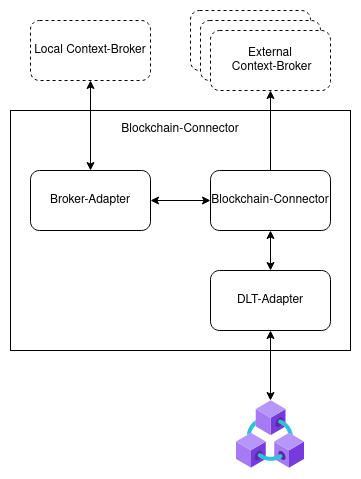
Above: doc/blockchain-connector.png in DOME-Marketplace/access-node (draw.io), before the change. Source tidied: cells renumbered, new cells last; positions are measured from the earlier drawing's top-left corner, leaving out a move shared by most shapes.
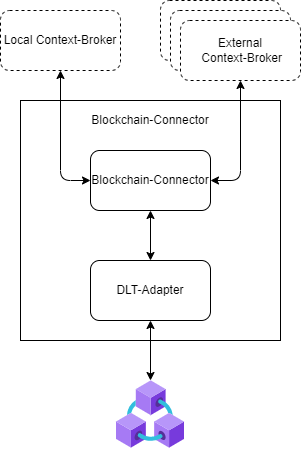
Later version of the same file.

What changed in the source:
```diff
@@ -3,28 +3,26 @@
     <mxCell id="0" />
     <mxCell id="1" parent="0" />
     <mxCell id="2" value="&lt;div&gt;Blockchain-Connector&lt;/div&gt;&lt;div&gt;&lt;br&gt;&lt;/div&gt;&lt;div&gt;&lt;br&gt;&lt;/div&gt;&lt;div&gt;&lt;br&gt;&lt;/div&gt;&lt;div&gt;&lt;br&gt;&lt;/div&gt;&lt;div&gt;&lt;br&gt;&lt;/div&gt;&lt;div&gt;&lt;br&gt;&lt;/div&gt;&lt;div&gt;&lt;br&gt;&lt;/div&gt;&lt;div&gt;&lt;br&gt;&lt;/div&gt;&lt;div&gt;&lt;br&gt;&lt;/div&gt;&lt;div&gt;&lt;br&gt;&lt;/div&gt;&lt;div&gt;&lt;br&gt;&lt;/div&gt;&lt;div&gt;&lt;br&gt;&lt;/div&gt;&lt;div&gt;&lt;br&gt;&lt;/div&gt;&lt;div&gt;&lt;br&gt;&lt;/div&gt;" style="rounded=0;whiteSpace=wrap;html=1;" parent="1" vertex="1">
-      <mxGeometry y="100" width="340" height="240" as="geometry" />
+      <mxGeometry x="40" y="100" width="260" height="240" as="geometry" />
     </mxCell>
     <mxCell id="3" value="Blockchain-Connector" style="rounded=1;whiteSpace=wrap;html=1;" parent="1" vertex="1">
-      <mxGeometry x="200" y="160" width="120" height="60" as="geometry" />
+      <mxGeometry x="110" y="150" width="120" height="60" as="geometry" />
     </mxCell>
-    <mxCell id="4" value="Broker-Adapter" style="rounded=1;whiteSpace=wrap;html=1;" parent="1" vertex="1">
-      <mxGeometry x="20" y="160" width="120" height="60" as="geometry" />
-    </mxCell>
     <mxCell id="5" value="DLT-Adapter" style="rounded=1;whiteSpace=wrap;html=1;" parent="1" vertex="1">
-      <mxGeometry x="200" y="260" width="120" height="60" as="geometry" />
+      <mxGeometry x="110" y="260" width="120" height="60" as="geometry" />
     </mxCell>
-    <mxCell id="6" style="endArrow=classic;startArrow=classic;html=1;rounded=0;entryX=0;entryY=0.5;entryDx=0;entryDy=0;exitX=1;exitY=0.5;exitDx=0;exitDy=0;" parent="1" edge="1" source="4" target="3">
-      <mxGeometry relative="1" as="geometry" />
-    </mxCell>
     <mxCell id="7" style="endArrow=classic;startArrow=classic;html=1;rounded=0;entryX=0.5;entryY=1;entryDx=0;entryDy=0;exitX=0.5;exitY=0;exitDx=0;exitDy=0;" parent="1" edge="1" source="5" target="3">
       <mxGeometry relative="1" as="geometry" />
     </mxCell>
     <mxCell id="8" value="Local Context-Broker" style="rounded=1;whiteSpace=wrap;html=1;dashed=1;" parent="1" vertex="1">
       <mxGeometry x="20" y="10" width="120" height="60" as="geometry" />
     </mxCell>
-    <mxCell id="9" style="endArrow=classic;startArrow=classic;html=1;rounded=0;entryX=0.5;entryY=1;entryDx=0;entryDy=0;" parent="1" edge="1" source="4" target="8">
-      <mxGeometry relative="1" as="geometry" />
+    <mxCell id="9" style="endArrow=classic;startArrow=classic;html=1;rounded=1;entryX=0.5;entryY=1;entryDx=0;entryDy=0;exitX=0;exitY=0.5;exitDx=0;exitDy=0;" parent="1" edge="1" source="3" target="8">
+      <mxGeometry relative="1" as="geometry">
+        <Array as="points">
+          <mxPoint x="80" y="180" />
+        </Array>
+      </mxGeometry>
     </mxCell>
     <mxCell id="10" value="&lt;div&gt;External&lt;/div&gt;&lt;div&gt;&amp;nbsp;Context-Broker&lt;/div&gt;" style="rounded=1;whiteSpace=wrap;html=1;dashed=1;" parent="1" vertex="1">
       <mxGeometry x="180" width="120" height="60" as="geometry" />
@@ -35,11 +33,15 @@
     <mxCell id="12" value="&lt;div&gt;External&lt;/div&gt;&lt;div&gt;&amp;nbsp;Context-Broker&lt;/div&gt;" style="rounded=1;whiteSpace=wrap;html=1;dashed=1;" parent="1" vertex="1">
       <mxGeometry x="200" y="20" width="120" height="60" as="geometry" />
     </mxCell>
-    <mxCell id="13" style="endArrow=classic;html=1;rounded=0;entryX=0.5;entryY=1;entryDx=0;entryDy=0;exitX=0.5;exitY=0;exitDx=0;exitDy=0;" parent="1" edge="1" source="3" target="12">
-      <mxGeometry relative="1" as="geometry" />
+    <mxCell id="13" style="endArrow=classic;html=1;rounded=1;entryX=0.5;entryY=1;entryDx=0;entryDy=0;exitX=1;exitY=0.5;exitDx=0;exitDy=0;startArrow=classic;startFill=1;" parent="1" edge="1" source="3" target="12">
+      <mxGeometry relative="1" as="geometry">
+        <Array as="points">
+          <mxPoint x="260" y="180" />
+        </Array>
+      </mxGeometry>
     </mxCell>
     <mxCell id="14" style="image;html=1;points=[];align=center;fontSize=12;image=img/lib/azure2/blockchain/Azure_Blockchain_Service.svg;" parent="1" vertex="1">
-      <mxGeometry x="226" y="390" width="68" height="68" as="geometry" />
+      <mxGeometry x="136" y="380" width="68" height="68" as="geometry" />
     </mxCell>
     <mxCell id="15" style="endArrow=classic;startArrow=classic;html=1;rounded=0;entryX=0.5;entryY=1;entryDx=0;entryDy=0;" parent="1" edge="1" source="14" target="5">
       <mxGeometry relative="1" as="geometry" />
```
